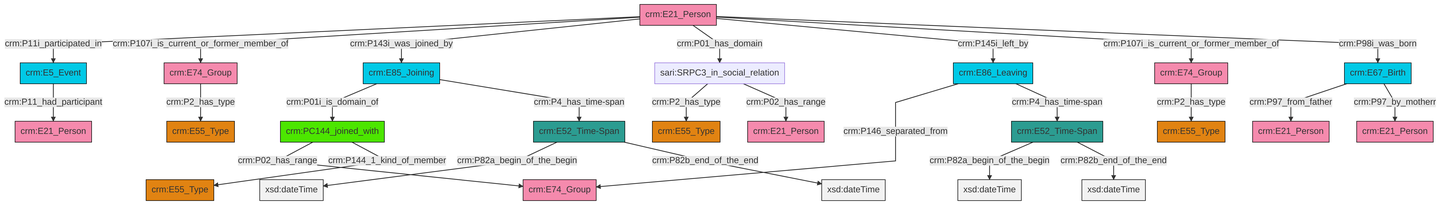
The Mermaid diagram et/personCSV/ttl/mmd/png/Person_Actor_Relations.png in swiss-art-research-net/reference-data-models, before a commit. Its source is kept beside it as et/personCSV/ttl/mmd/Person_Actor_Relations.ttl.mmd.
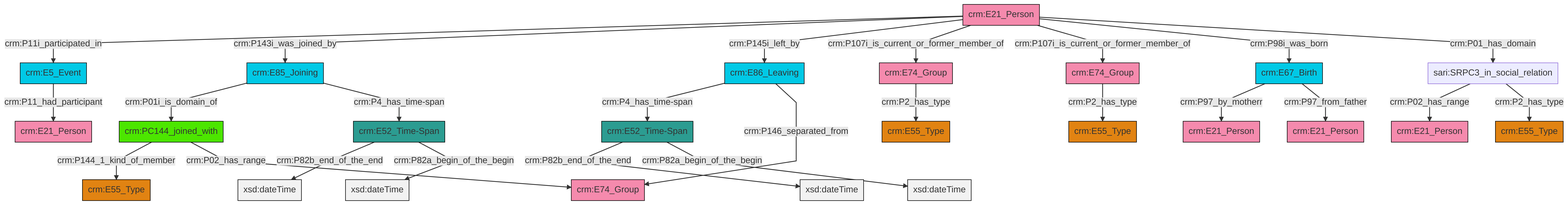
The same file after the commit.

Diff of the diagram source:
```diff
@@ -13,27 +13,27 @@
 classDef PC_Classes fill:#4ce600, stroke:#000000;
 classDef Multi fill:#cccccc,stroke:#000000;
 
-0["crm:E85_Joining"]:::Temporal_Entity -->|crm:P01i_is_domain_of| 1["crm:PC144_joined_with"]:::PC_Classes
-4["crm:E52_Time-Span"]:::Time-Span -->|crm:P82a_begin_of_the_begin| 5[xsd:dateTime]:::Literal
-6["crm:E21_Person"]:::Actor -->|crm:P11i_participated_in| 7["crm:E5_Event"]:::Temporal_Entity
-1["crm:PC144_joined_with"]:::PC_Classes -->|crm:P02_has_range| 8["crm:E74_Group"]:::Actor
-0["crm:E85_Joining"]:::Temporal_Entity -->|crm:P4_has_time-span| 4["crm:E52_Time-Span"]:::Time-Span
-16["sari:SRPC3_in_social_relation"]:::Default -->|crm:P2_has_type| 17["crm:E55_Type"]:::Type
-20["crm:E67_Birth"]:::Temporal_Entity -->|crm:P97_from_father| 21["crm:E21_Person"]:::Actor
-16["sari:SRPC3_in_social_relation"]:::Default -->|crm:P02_has_range| 14["crm:E21_Person"]:::Actor
-1["crm:PC144_joined_with"]:::PC_Classes -->|crm:P144_1_kind_of_member| 18["crm:E55_Type"]:::Type
-25["crm:E74_Group"]:::Actor -->|crm:P2_has_type| 9["crm:E55_Type"]:::Type
-33["crm:E52_Time-Span"]:::Time-Span -->|crm:P82a_begin_of_the_begin| 34[xsd:dateTime]:::Literal
-6["crm:E21_Person"]:::Actor -->|crm:P107i_is_current_or_former_member_of| 31["crm:E74_Group"]:::Actor
-12["crm:E86_Leaving"]:::Temporal_Entity -->|crm:P146_separated_from| 8["crm:E74_Group"]:::Actor
-6["crm:E21_Person"]:::Actor -->|crm:P143i_was_joined_by| 0["crm:E85_Joining"]:::Temporal_Entity
-33["crm:E52_Time-Span"]:::Time-Span -->|crm:P82b_end_of_the_end| 38[xsd:dateTime]:::Literal
-20["crm:E67_Birth"]:::Temporal_Entity -->|crm:P97_by_motherr| 2["crm:E21_Person"]:::Actor
-6["crm:E21_Person"]:::Actor -->|crm:P01_has_domain| 16["sari:SRPC3_in_social_relation"]:::Default
-6["crm:E21_Person"]:::Actor -->|crm:P145i_left_by| 12["crm:E86_Leaving"]:::Temporal_Entity
-4["crm:E52_Time-Span"]:::Time-Span -->|crm:P82b_end_of_the_end| 41[xsd:dateTime]:::Literal
-6["crm:E21_Person"]:::Actor -->|crm:P107i_is_current_or_former_member_of| 25["crm:E74_Group"]:::Actor
-6["crm:E21_Person"]:::Actor -->|crm:P98i_was_born| 20["crm:E67_Birth"]:::Temporal_Entity
-12["crm:E86_Leaving"]:::Temporal_Entity -->|crm:P4_has_time-span| 33["crm:E52_Time-Span"]:::Time-Span
-7["crm:E5_Event"]:::Temporal_Entity -->|crm:P11_had_participant| 27["crm:E21_Person"]:::Actor
-31["crm:E74_Group"]:::Actor -->|crm:P2_has_type| 22["crm:E55_Type"]:::Type
+0["crm:E21_Person"]:::Actor -->|crm:P11i_participated_in| 1["crm:E5_Event"]:::Temporal_Entity
+2["crm:PC144_joined_with"]:::PC_Classes -->|crm:P144_1_kind_of_member| 3["crm:E55_Type"]:::Type
+7["crm:E52_Time-Span"]:::Time-Span -->|crm:P82b_end_of_the_end| 8[xsd:dateTime]:::Literal
+0["crm:E21_Person"]:::Actor -->|crm:P143i_was_joined_by| 11["crm:E85_Joining"]:::Temporal_Entity
+13["crm:E67_Birth"]:::Temporal_Entity -->|crm:P97_by_motherr| 14["crm:E21_Person"]:::Actor
+7["crm:E52_Time-Span"]:::Time-Span -->|crm:P82a_begin_of_the_begin| 17[xsd:dateTime]:::Literal
+22["sari:SRPC3_in_social_relation"]:::Default -->|crm:P02_has_range| 23["crm:E21_Person"]:::Actor
+22["sari:SRPC3_in_social_relation"]:::Default -->|crm:P2_has_type| 9["crm:E55_Type"]:::Type
+11["crm:E85_Joining"]:::Temporal_Entity -->|crm:P01i_is_domain_of| 2["crm:PC144_joined_with"]:::PC_Classes
+0["crm:E21_Person"]:::Actor -->|crm:P145i_left_by| 25["crm:E86_Leaving"]:::Temporal_Entity
+25["crm:E86_Leaving"]:::Temporal_Entity -->|crm:P4_has_time-span| 7["crm:E52_Time-Span"]:::Time-Span
+0["crm:E21_Person"]:::Actor -->|crm:P107i_is_current_or_former_member_of| 32["crm:E74_Group"]:::Actor
+13["crm:E67_Birth"]:::Temporal_Entity -->|crm:P97_from_father| 18["crm:E21_Person"]:::Actor
+32["crm:E74_Group"]:::Actor -->|crm:P2_has_type| 30["crm:E55_Type"]:::Type
+34["crm:E74_Group"]:::Actor -->|crm:P2_has_type| 35["crm:E55_Type"]:::Type
+0["crm:E21_Person"]:::Actor -->|crm:P107i_is_current_or_former_member_of| 34["crm:E74_Group"]:::Actor
+0["crm:E21_Person"]:::Actor -->|crm:P98i_was_born| 13["crm:E67_Birth"]:::Temporal_Entity
+27["crm:E52_Time-Span"]:::Time-Span -->|crm:P82b_end_of_the_end| 39[xsd:dateTime]:::Literal
+11["crm:E85_Joining"]:::Temporal_Entity -->|crm:P4_has_time-span| 27["crm:E52_Time-Span"]:::Time-Span
+27["crm:E52_Time-Span"]:::Time-Span -->|crm:P82a_begin_of_the_begin| 42[xsd:dateTime]:::Literal
+1["crm:E5_Event"]:::Temporal_Entity -->|crm:P11_had_participant| 5["crm:E21_Person"]:::Actor
+0["crm:E21_Person"]:::Actor -->|crm:P01_has_domain| 22["sari:SRPC3_in_social_relation"]:::Default
+2["crm:PC144_joined_with"]:::PC_Classes -->|crm:P02_has_range| 15["crm:E74_Group"]:::Actor
+25["crm:E86_Leaving"]:::Temporal_Entity -->|crm:P146_separated_from| 15["crm:E74_Group"]:::Actor
```
